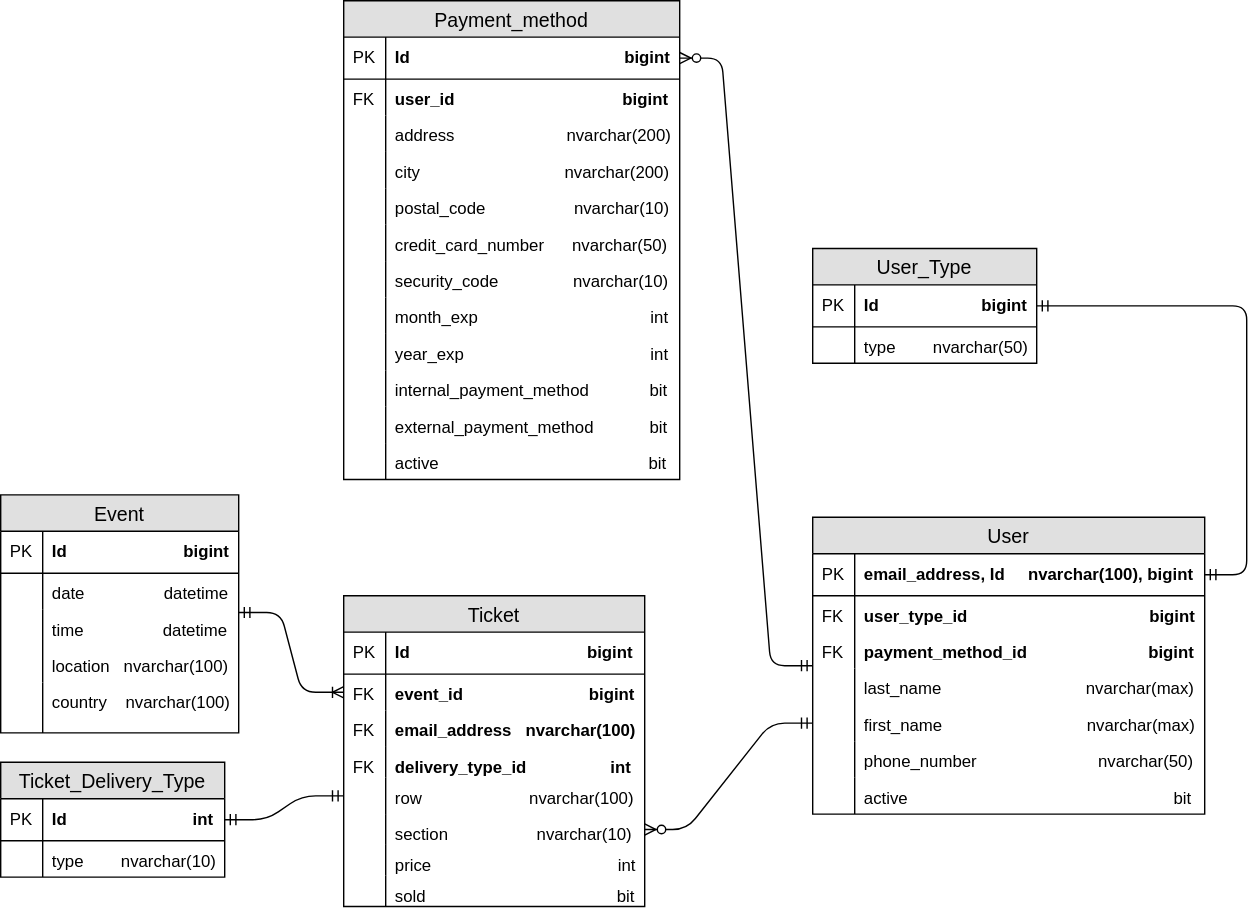
The draw.io diagram diagrams/ticket_management_DB_model.svg in yazhang28/ticket_vendor_app, before a commit. Source tidied: cells renumbered, new cells last; positions are measured from the earlier drawing's top-left corner, leaving out a move shared by most shapes.
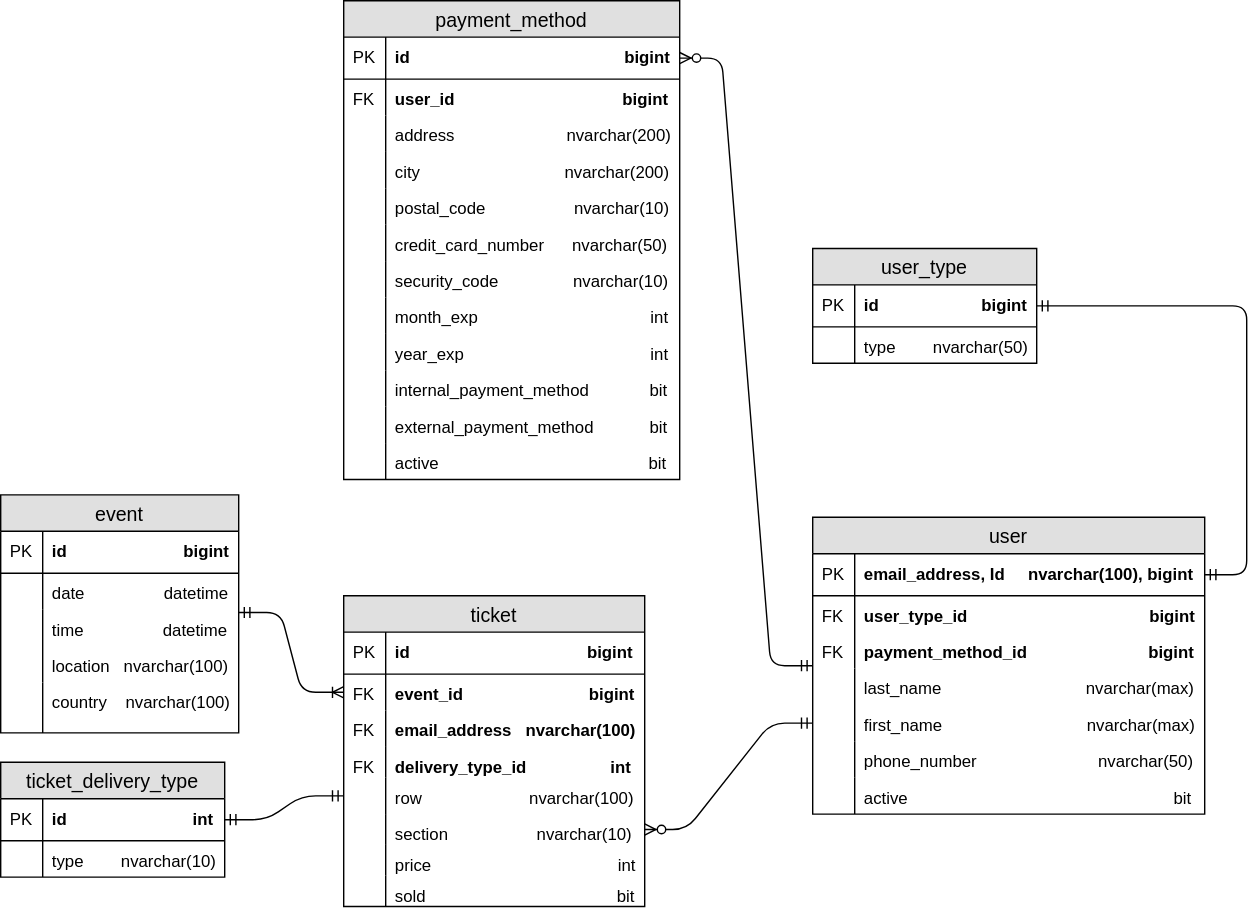
The same file after the commit.

Commit message:
update model to fit naming convention

What changed in the source:
```diff
@@ -2,7 +2,7 @@
   <root>
     <mxCell id="0" />
     <mxCell id="1" parent="0" />
-    <mxCell id="2" value="User" style="swimlane;fontStyle=0;horizontal=1;startSize=26;fillColor=#e0e0e0;swimlaneFillColor=#ffffff;align=center;fontSize=14;" parent="1" vertex="1">
+    <mxCell id="2" value="user" style="swimlane;fontStyle=0;horizontal=1;startSize=26;fillColor=#e0e0e0;swimlaneFillColor=#ffffff;align=center;fontSize=14;" parent="1" vertex="1">
       <mxGeometry x="580" y="369" width="280" height="212" as="geometry" />
     </mxCell>
     <mxCell id="3" value="email_address, Id     nvarchar(100), bigint" style="shape=partialRectangle;top=0;left=0;right=0;bottom=1;align=left;verticalAlign=middle;fillColor=none;spacingLeft=34;spacingRight=4;overflow=hidden;points=[[0,0.5],[1,0.5]];portConstraint=eastwest;fontStyle=1;fontSize=12;" parent="2" vertex="1">
@@ -47,10 +47,10 @@
     <mxCell id="16" style="shape=partialRectangle;top=0;left=0;bottom=0;fillColor=none;align=left;verticalAlign=top;spacingLeft=4;spacingRight=4;overflow=hidden;fontSize=12;" parent="15" vertex="1">
       <mxGeometry width="30" height="26" as="geometry" />
     </mxCell>
-    <mxCell id="17" value="User_Type" style="swimlane;fontStyle=0;horizontal=1;startSize=26;fillColor=#e0e0e0;swimlaneFillColor=#ffffff;align=center;fontSize=14;" parent="1" vertex="1">
+    <mxCell id="17" value="user_type" style="swimlane;fontStyle=0;horizontal=1;startSize=26;fillColor=#e0e0e0;swimlaneFillColor=#ffffff;align=center;fontSize=14;" parent="1" vertex="1">
       <mxGeometry x="580" y="177" width="160" height="82" as="geometry" />
     </mxCell>
-    <mxCell id="18" value="Id                      bigint" style="shape=partialRectangle;top=0;left=0;right=0;bottom=1;align=left;verticalAlign=middle;fillColor=none;spacingLeft=34;spacingRight=4;overflow=hidden;points=[[0,0.5],[1,0.5]];portConstraint=eastwest;fontStyle=1;fontSize=12;" parent="17" vertex="1">
+    <mxCell id="18" value="id                      bigint" style="shape=partialRectangle;top=0;left=0;right=0;bottom=1;align=left;verticalAlign=middle;fillColor=none;spacingLeft=34;spacingRight=4;overflow=hidden;points=[[0,0.5],[1,0.5]];portConstraint=eastwest;fontStyle=1;fontSize=12;" parent="17" vertex="1">
       <mxGeometry y="26" width="160" height="30" as="geometry" />
     </mxCell>
     <mxCell id="19" value="PK" style="shape=partialRectangle;top=0;left=0;bottom=0;fillColor=none;align=left;verticalAlign=middle;spacingLeft=4;spacingRight=4;overflow=hidden;fontSize=12;" parent="18" vertex="1">
@@ -62,10 +62,10 @@
     <mxCell id="21" style="shape=partialRectangle;top=0;left=0;bottom=0;fillColor=none;align=left;verticalAlign=top;spacingLeft=4;spacingRight=4;overflow=hidden;fontSize=12;" parent="20" vertex="1">
       <mxGeometry width="30" height="26" as="geometry" />
     </mxCell>
-    <mxCell id="22" value="Payment_method" style="swimlane;fontStyle=0;horizontal=1;startSize=26;fillColor=#e0e0e0;swimlaneFillColor=#ffffff;align=center;fontSize=14;" parent="1" vertex="1">
+    <mxCell id="22" value="payment_method" style="swimlane;fontStyle=0;horizontal=1;startSize=26;fillColor=#e0e0e0;swimlaneFillColor=#ffffff;align=center;fontSize=14;" parent="1" vertex="1">
       <mxGeometry x="245" width="240" height="342" as="geometry" />
     </mxCell>
-    <mxCell id="23" value="Id                                              bigint" style="shape=partialRectangle;top=0;left=0;right=0;bottom=1;align=left;verticalAlign=middle;fillColor=none;spacingLeft=34;spacingRight=4;overflow=hidden;points=[[0,0.5],[1,0.5]];portConstraint=eastwest;fontStyle=1;fontSize=12;" parent="22" vertex="1">
+    <mxCell id="23" value="id                                              bigint" style="shape=partialRectangle;top=0;left=0;right=0;bottom=1;align=left;verticalAlign=middle;fillColor=none;spacingLeft=34;spacingRight=4;overflow=hidden;points=[[0,0.5],[1,0.5]];portConstraint=eastwest;fontStyle=1;fontSize=12;" parent="22" vertex="1">
       <mxGeometry y="26" width="240" height="30" as="geometry" />
     </mxCell>
     <mxCell id="24" value="PK" style="shape=partialRectangle;top=0;left=0;bottom=0;fillColor=none;align=left;verticalAlign=middle;spacingLeft=4;spacingRight=4;overflow=hidden;fontSize=12;" parent="23" vertex="1">
@@ -137,10 +137,10 @@
     <mxCell id="46" style="shape=partialRectangle;top=0;left=0;bottom=0;fillColor=none;align=left;verticalAlign=top;spacingLeft=4;spacingRight=4;overflow=hidden;fontSize=12;" parent="45" vertex="1">
       <mxGeometry width="30" height="26" as="geometry" />
     </mxCell>
-    <mxCell id="47" value="Ticket" style="swimlane;fontStyle=0;horizontal=1;startSize=26;fillColor=#e0e0e0;swimlaneFillColor=#ffffff;align=center;fontSize=14;" parent="1" vertex="1">
+    <mxCell id="47" value="ticket" style="swimlane;fontStyle=0;horizontal=1;startSize=26;fillColor=#e0e0e0;swimlaneFillColor=#ffffff;align=center;fontSize=14;" parent="1" vertex="1">
       <mxGeometry x="245" y="425" width="215" height="222" as="geometry" />
     </mxCell>
-    <mxCell id="48" value="Id                                      bigint" style="shape=partialRectangle;top=0;left=0;right=0;bottom=1;align=left;verticalAlign=middle;fillColor=none;spacingLeft=34;spacingRight=4;overflow=hidden;fontStyle=1;fontSize=12;" parent="47" vertex="1">
+    <mxCell id="48" value="id                                      bigint" style="shape=partialRectangle;top=0;left=0;right=0;bottom=1;align=left;verticalAlign=middle;fillColor=none;spacingLeft=34;spacingRight=4;overflow=hidden;fontStyle=1;fontSize=12;" parent="47" vertex="1">
       <mxGeometry y="26" width="215" height="30" as="geometry" />
     </mxCell>
     <mxCell id="49" value="PK" style="shape=partialRectangle;top=0;left=0;bottom=0;fillColor=none;align=left;verticalAlign=middle;spacingLeft=4;spacingRight=4;overflow=hidden;fontSize=12;" parent="48" vertex="1">
@@ -188,10 +188,10 @@
     <mxCell id="63" style="shape=partialRectangle;top=0;left=0;bottom=0;fillColor=none;align=left;verticalAlign=top;spacingLeft=4;spacingRight=4;overflow=hidden;fontSize=12;" parent="62" vertex="1">
       <mxGeometry width="30" height="22" as="geometry" />
     </mxCell>
-    <mxCell id="64" value="Ticket_Delivery_Type" style="swimlane;fontStyle=0;horizontal=1;startSize=26;fillColor=#e0e0e0;swimlaneFillColor=#ffffff;align=center;fontSize=14;" parent="1" vertex="1">
+    <mxCell id="64" value="ticket_delivery_type" style="swimlane;fontStyle=0;horizontal=1;startSize=26;fillColor=#e0e0e0;swimlaneFillColor=#ffffff;align=center;fontSize=14;" parent="1" vertex="1">
       <mxGeometry y="544" width="160" height="82" as="geometry" />
     </mxCell>
-    <mxCell id="65" value="Id                           int" style="shape=partialRectangle;top=0;left=0;right=0;bottom=1;align=left;verticalAlign=middle;fillColor=none;spacingLeft=34;spacingRight=4;overflow=hidden;points=[[0,0.5],[1,0.5]];portConstraint=eastwest;fontStyle=1;fontSize=12;" parent="64" vertex="1">
+    <mxCell id="65" value="id                           int" style="shape=partialRectangle;top=0;left=0;right=0;bottom=1;align=left;verticalAlign=middle;fillColor=none;spacingLeft=34;spacingRight=4;overflow=hidden;points=[[0,0.5],[1,0.5]];portConstraint=eastwest;fontStyle=1;fontSize=12;" parent="64" vertex="1">
       <mxGeometry y="26" width="160" height="30" as="geometry" />
     </mxCell>
     <mxCell id="66" value="PK" style="shape=partialRectangle;top=0;left=0;bottom=0;fillColor=none;align=left;verticalAlign=middle;spacingLeft=4;spacingRight=4;overflow=hidden;fontSize=12;" parent="65" vertex="1">
@@ -203,10 +203,10 @@
     <mxCell id="68" style="shape=partialRectangle;top=0;left=0;bottom=0;fillColor=none;align=left;verticalAlign=top;spacingLeft=4;spacingRight=4;overflow=hidden;fontSize=12;" parent="67" vertex="1">
       <mxGeometry width="30" height="26" as="geometry" />
     </mxCell>
-    <mxCell id="69" value="Event" style="swimlane;fontStyle=0;horizontal=1;startSize=26;fillColor=#e0e0e0;swimlaneFillColor=#ffffff;align=center;fontSize=14;" parent="1" vertex="1">
+    <mxCell id="69" value="event" style="swimlane;fontStyle=0;horizontal=1;startSize=26;fillColor=#e0e0e0;swimlaneFillColor=#ffffff;align=center;fontSize=14;" parent="1" vertex="1">
       <mxGeometry y="353" width="170" height="170" as="geometry" />
     </mxCell>
-    <mxCell id="70" value="Id                         bigint" style="shape=partialRectangle;top=0;left=0;right=0;bottom=1;align=left;verticalAlign=middle;fillColor=none;spacingLeft=34;spacingRight=4;overflow=hidden;fontStyle=1;fontSize=12;" parent="69" vertex="1">
+    <mxCell id="70" value="id                         bigint" style="shape=partialRectangle;top=0;left=0;right=0;bottom=1;align=left;verticalAlign=middle;fillColor=none;spacingLeft=34;spacingRight=4;overflow=hidden;fontStyle=1;fontSize=12;" parent="69" vertex="1">
       <mxGeometry y="26" width="170" height="30" as="geometry" />
     </mxCell>
     <mxCell id="71" value="PK" style="shape=partialRectangle;top=0;left=0;bottom=0;fillColor=none;align=left;verticalAlign=middle;spacingLeft=4;spacingRight=4;overflow=hidden;fontSize=12;" parent="70" vertex="1">
```
